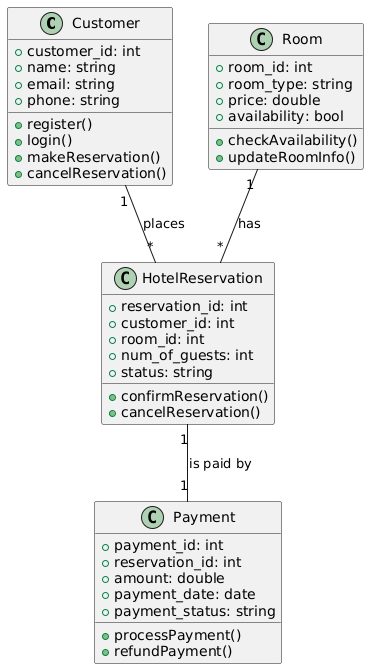
Earlier version of the PlantUML export Class Diagram.png (matty-kun/Hotel-reservation-system).
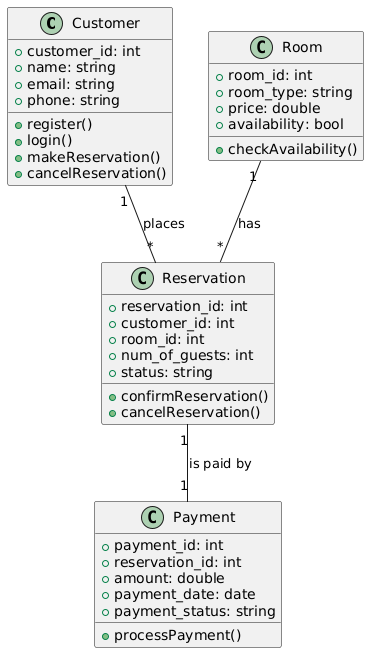
After the change.

The edit, as a diff of the source:
```diff
@@ -18,10 +18,9 @@
     +availability: bool
 
     +checkAvailability()
-    +updateRoomInfo()
 }
 
-class HotelReservation {
+class Reservation {
     +reservation_id: int
     +customer_id: int
     +room_id: int
@@ -40,10 +39,9 @@
     +payment_status: string
 
     +processPayment()
-    +refundPayment()
 }
 
-Customer "1" -- "*" HotelReservation : places
-Room "1" -- "*" HotelReservation : has
-HotelReservation "1" -- "1" Payment : is paid by
+Customer "1" -- "*" Reservation : places
+Room "1" -- "*" Reservation : has
+Reservation "1" -- "1" Payment : is paid by
 @enduml
```
